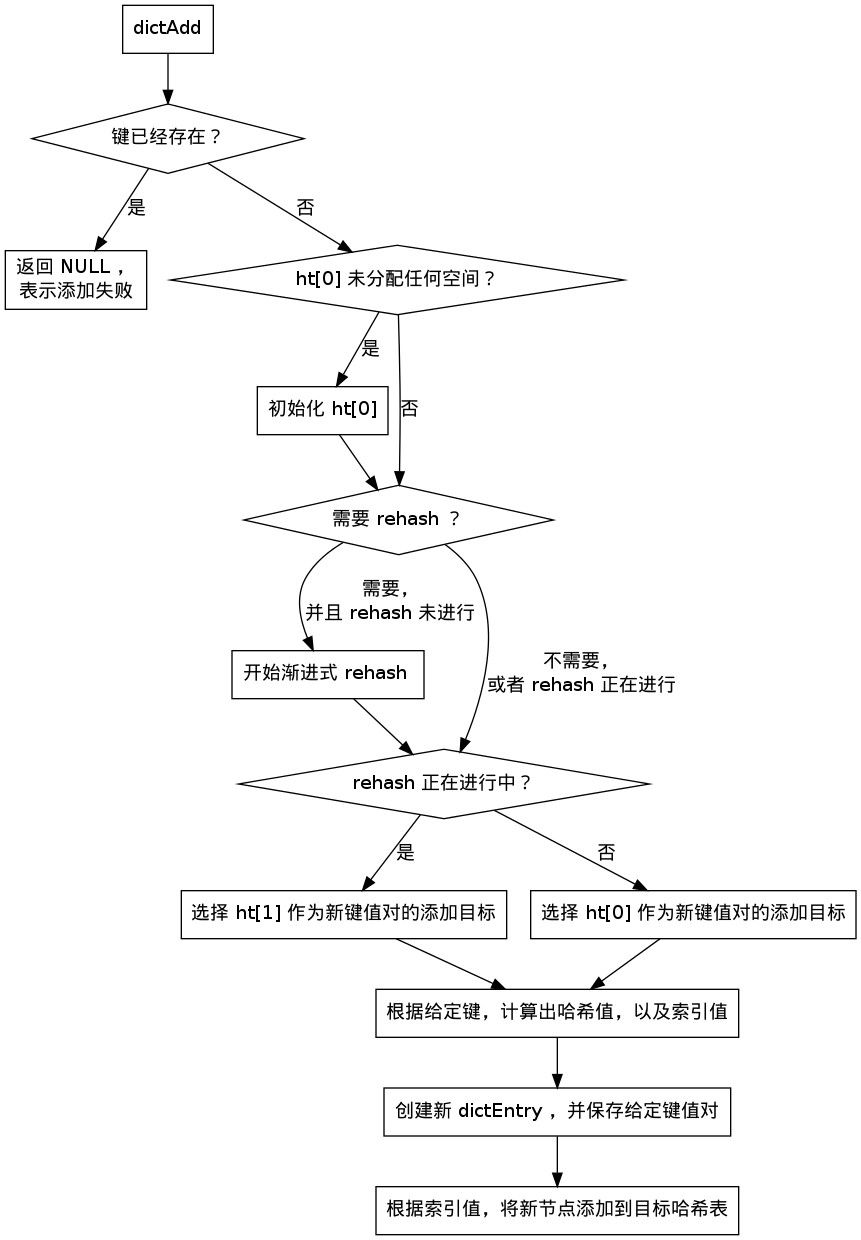
Above: internal-datastruct/image/dictAdd.png in huangzworks/redisbook (Graphviz), before the change. Its source is kept beside it as internal-datastruct/image/dictAdd.dot.
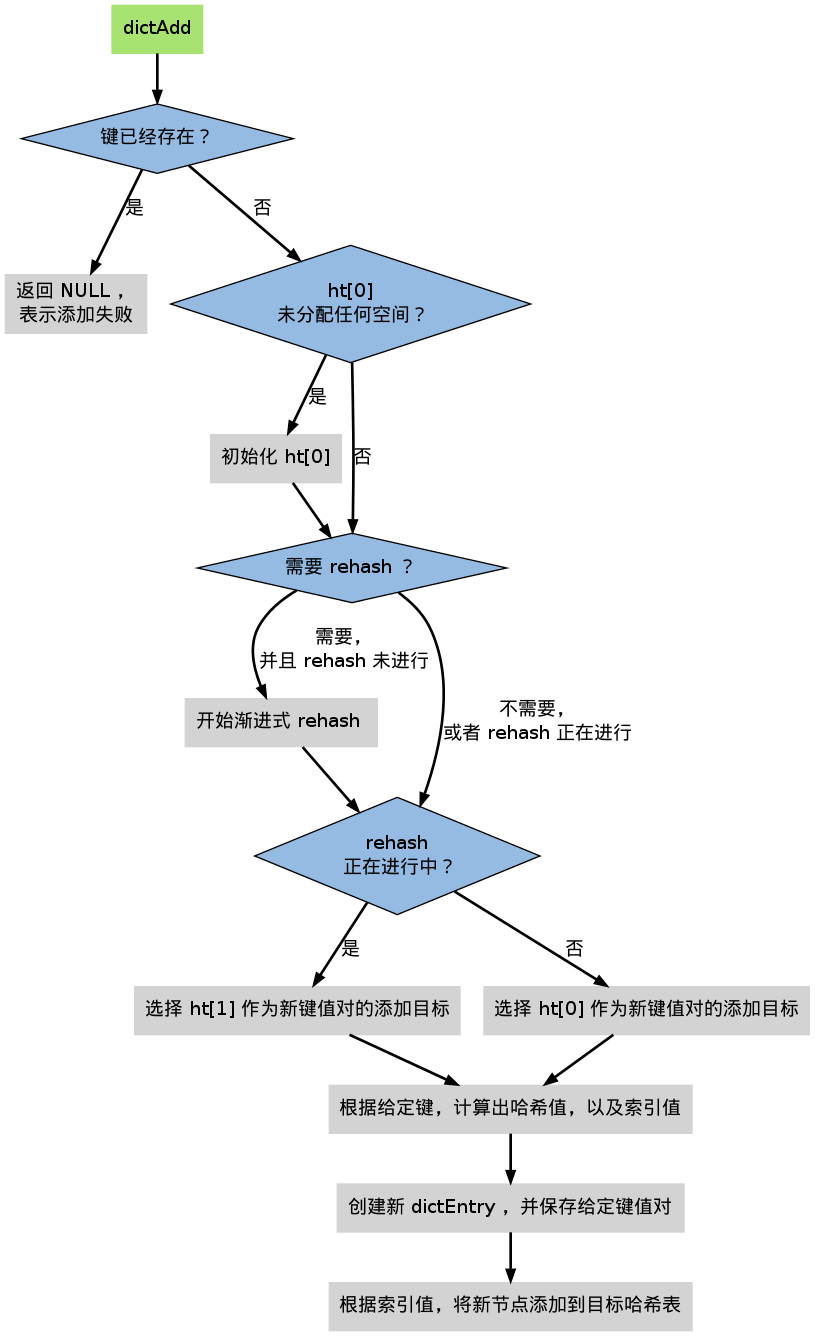
The same file after the commit.

Change to the diagram source:
```diff
@@ -1,10 +1,13 @@
 digraph dictAdd {
 
-    node[shape=box];
+    node[shape=plaintext, style = filled];
 
-    start [label="dictAdd"];
+    edge [style = bold];
 
-    key_exists_or_not [label="键已经存在？", shape=diamond];
+
+    start [label="dictAdd", fillcolor = "#A8E270"];
+
+    key_exists_or_not [label="键已经存在？", shape=diamond, fillcolor = "#95BBE3"];
 
     start -> key_exists_or_not;
 
@@ -12,7 +15,7 @@
 
     key_exists_or_not -> return_null_if_key_exists [label="是"];
 
-    dict_empty_or_not [label="ht[0] 未分配任何空间？", shape=diamond];
+    dict_empty_or_not [label="ht[0]\n 未分配任何空间？", shape=diamond, fillcolor = "#95BBE3"];
 
     key_exists_or_not -> dict_empty_or_not [label="否"];
 
@@ -22,7 +25,7 @@
 
     init_hash_table_one -> need_rehash_or_not;
 
-    need_rehash_or_not [label="需要 rehash ？", shape=diamond];
+    need_rehash_or_not [label="需要 rehash ？", shape=diamond, fillcolor = "#95BBE3"];
 
     dict_empty_or_not -> need_rehash_or_not [label="否"];
 
@@ -32,7 +35,7 @@
 
     begin_incremental_rehash -> rehashing_or_not;
 
-    rehashing_or_not [label="rehash 正在进行中？", shape=diamond];
+    rehashing_or_not [label="rehash\n 正在进行中？", shape=diamond, fillcolor = "#95BBE3"];
 
     need_rehash_or_not -> rehashing_or_not [label="不需要，\n或者 rehash 正在进行"];
 
```
